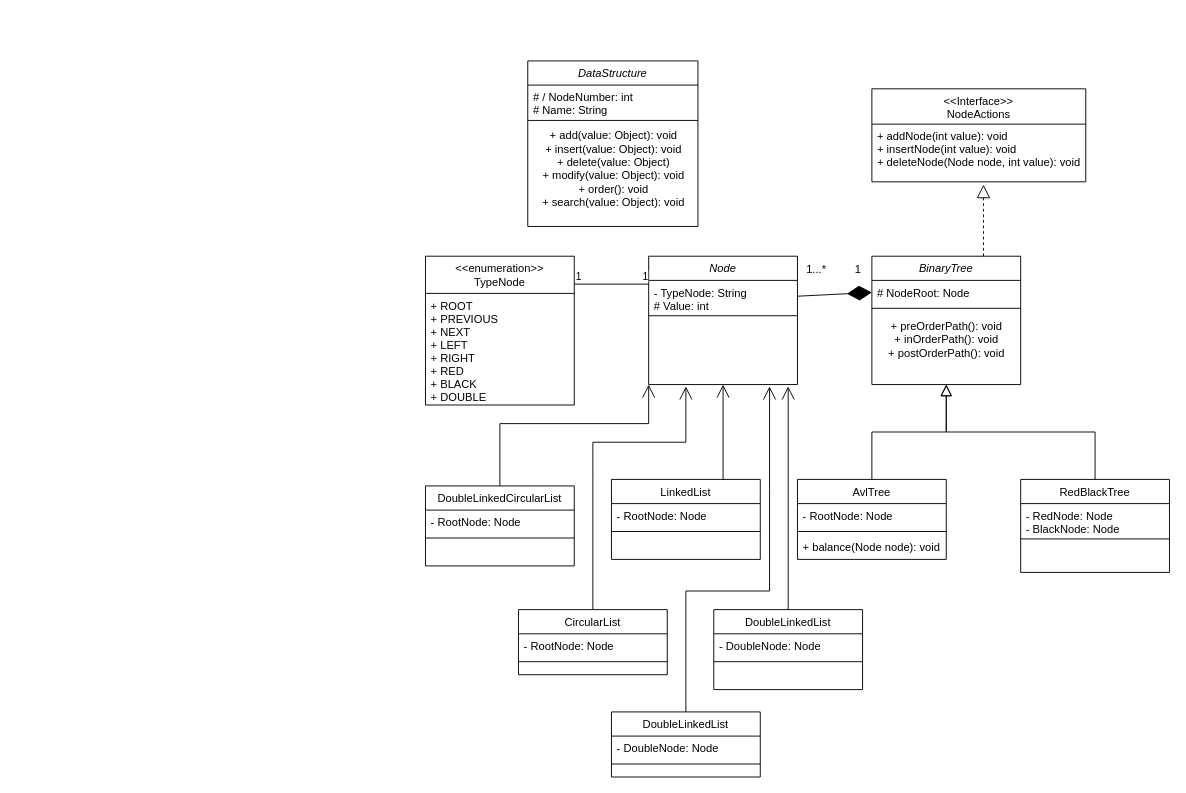
The draw.io diagram BinaryTreeUMLDiagram.drawio in GabrielCevallos/DataBase, before the edit. Source tidied: cells renumbered, new cells numbered last; positions are measured from the earlier drawing's top-left corner, leaving out a move shared by most shapes. Both pictures are drawn from the tidied source at 93%, with x=0, y=0 at pixel (425, 60).
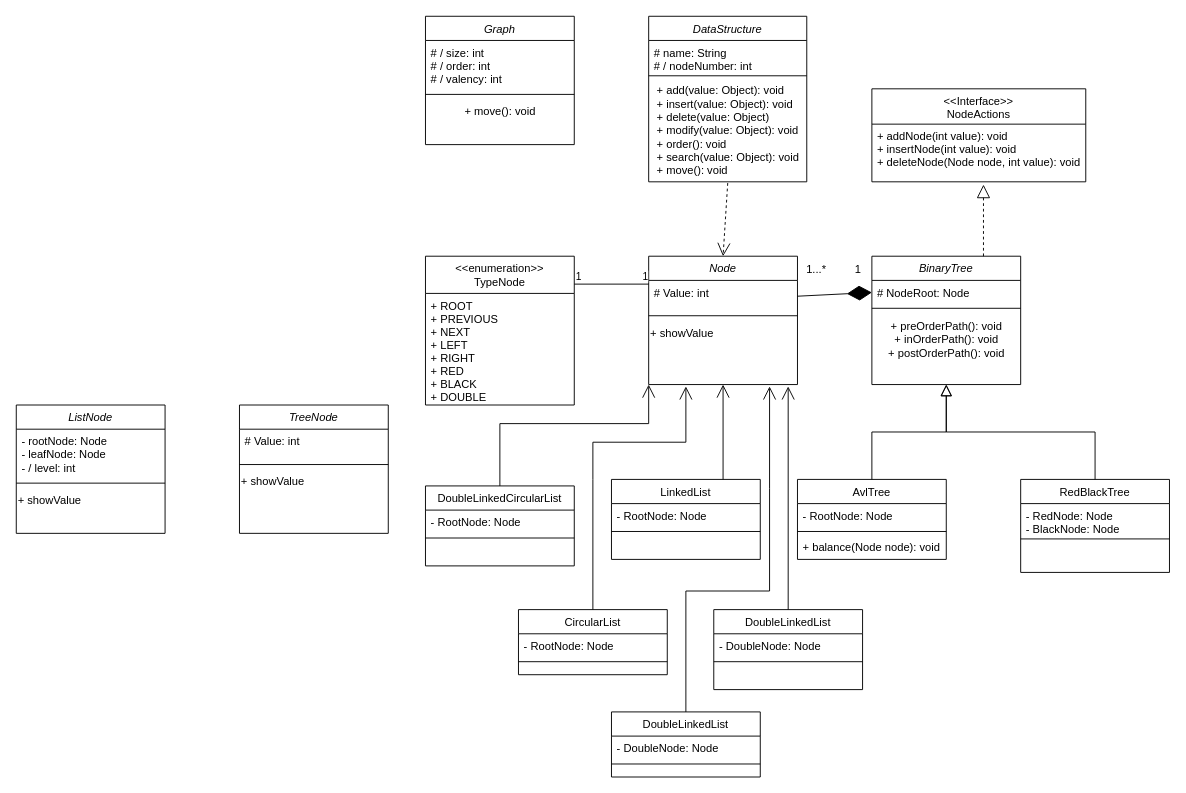
The same diagram, later.

The change refers to these unchanged cells:
```xml
<mxCell id="15" value="Node" style="swimlane;fontStyle=2;align=center;verticalAlign=top;horizontal=1;startSize=26;rounded=0;shadow=0;strokeWidth=1;" parent="1" vertex="1">
  <mxGeometry x="240" y="210" width="160" height="138" as="geometry" />
</mxCell>
```

The edit, as a diff of the source:
```diff
@@
-    <mxCell id="16" value="- TypeNode: String&#10;# Value: int" style="text;align=left;verticalAlign=top;spacingLeft=4;spacingRight=4;overflow=hidden;points=[[0,0.5],[1,0.5]];portConstraint=eastwest;" parent="15" vertex="1">
+    <mxCell id="16" value="# Value: int" style="text;align=left;verticalAlign=top;spacingLeft=4;spacingRight=4;overflow=hidden;points=[[0,0.5],[1,0.5]];portConstraint=eastwest;" parent="15" vertex="1">
       <mxGeometry y="26" width="160" height="34" as="geometry" />
     </mxCell>
@@
+    <mxCell id="53" value="&lt;div style=&quot;text-align: justify;&quot;&gt;&lt;span style=&quot;background-color: initial;&quot;&gt;+ showValue&lt;/span&gt;&lt;/div&gt;" style="text;html=1;align=left;verticalAlign=middle;strokeColor=none;fillColor=none;" parent="15" vertex="1">
+      <mxGeometry y="68" width="160" height="30" as="geometry" />
+    </mxCell>
@@
     <mxCell id="49" value="DataStructure" style="swimlane;fontStyle=2;align=center;verticalAlign=top;horizontal=1;startSize=26;rounded=0;shadow=0;strokeWidth=1;" parent="1" vertex="1">
-      <mxGeometry x="110" width="183" height="178" as="geometry" />
+      <mxGeometry x="240" y="-48" width="170" height="178" as="geometry" />
     </mxCell>
-    <mxCell id="50" value="# / NodeNumber: int&#10;# Name: String" style="text;align=left;verticalAlign=top;spacingLeft=4;spacingRight=4;overflow=hidden;" parent="49" vertex="1">
-      <mxGeometry y="26" width="183" height="34" as="geometry" />
+    <mxCell id="50" value="# name: String&#10;# / nodeNumber: int&#10;" style="text;align=left;verticalAlign=top;spacingLeft=4;spacingRight=4;overflow=hidden;" parent="49" vertex="1">
+      <mxGeometry y="26" width="170" height="34" as="geometry" />
     </mxCell>
     <mxCell id="51" style="line;html=1;strokeWidth=1;align=left;verticalAlign=middle;spacingTop=-1;spacingLeft=3;spacingRight=3;labelPosition=right;" parent="49" vertex="1">
-      <mxGeometry y="60" width="183" height="8" as="geometry" />
+      <mxGeometry y="60" width="170" height="8" as="geometry" />
     </mxCell>
-    <mxCell id="52" value="+ add(value: Object): void&lt;div&gt;+ insert(&lt;span style=&quot;background-color: initial;&quot;&gt;value: Object&lt;/span&gt;&lt;span style=&quot;background-color: initial;&quot;&gt;): void&lt;/span&gt;&lt;/div&gt;&lt;div&gt;+ delete(value: Object)&lt;/div&gt;&lt;div&gt;+ modify(value: Object): void&lt;/div&gt;&lt;div&gt;+ order(): void&lt;/div&gt;&lt;div&gt;+ search(value: Object): void&lt;/div&gt;&lt;div&gt;&lt;br&gt;&lt;/div&gt;" style="text;html=1;align=center;verticalAlign=middle;points=[];strokeColor=none;fillColor=none;" parent="49" vertex="1">
-      <mxGeometry y="68" width="183" height="110" as="geometry" />
+    <mxCell id="52" value="&lt;div style=&quot;text-align: justify;&quot;&gt;&lt;span style=&quot;background-color: initial;&quot;&gt;+ add(value: Object): void&lt;/span&gt;&lt;/div&gt;&lt;div style=&quot;text-align: justify;&quot;&gt;+ insert(&lt;span style=&quot;background-color: initial;&quot;&gt;value: Object&lt;/span&gt;&lt;span style=&quot;background-color: initial;&quot;&gt;): void&lt;/span&gt;&lt;/div&gt;&lt;div style=&quot;text-align: justify;&quot;&gt;+ delete(value: Object)&lt;/div&gt;&lt;div style=&quot;text-align: justify;&quot;&gt;+ modify(value: Object): void&lt;/div&gt;&lt;div style=&quot;text-align: justify;&quot;&gt;+ order(): void&lt;/div&gt;&lt;div style=&quot;text-align: justify;&quot;&gt;+ search(value: Object): void&lt;/div&gt;&lt;div style=&quot;text-align: justify;&quot;&gt;+ move(): void&lt;/div&gt;" style="text;html=1;align=center;verticalAlign=middle;points=[];strokeColor=none;fillColor=none;" parent="49" vertex="1">
+      <mxGeometry y="68" width="170" height="110" as="geometry" />
     </mxCell>
+    <mxCell id="54" style="endArrow=open;endSize=12;dashed=1;html=1;rounded=0;entryX=0.5;entryY=0;entryDx=0;entryDy=0;exitX=0.5;exitY=1.012;exitDx=0;exitDy=0;exitPerimeter=0;" parent="1" edge="1" source="52" target="15">
+      <mxGeometry relative="1" as="geometry" />
+    </mxCell>
+    <mxCell id="55" value="Graph" style="swimlane;fontStyle=2;align=center;verticalAlign=top;horizontal=1;startSize=26;rounded=0;shadow=0;strokeWidth=1;" parent="1" vertex="1">
+      <mxGeometry y="-48" width="160" height="138" as="geometry" />
+    </mxCell>
+    <mxCell id="56" value="# / size: int&#10;# / order: int&#10;# / valency: int&#10;" style="text;align=left;verticalAlign=top;spacingLeft=4;spacingRight=4;overflow=hidden;" parent="55" vertex="1">
+      <mxGeometry y="26" width="160" height="54" as="geometry" />
+    </mxCell>
+    <mxCell id="57" style="line;html=1;strokeWidth=1;align=left;verticalAlign=middle;spacingTop=-1;spacingLeft=3;spacingRight=3;labelPosition=right;" parent="55" vertex="1">
+      <mxGeometry y="80" width="160" height="8" as="geometry" />
+    </mxCell>
+    <mxCell id="58" value="+ move(): void" style="text;html=1;align=center;verticalAlign=middle;strokeColor=none;fillColor=none;" parent="55" vertex="1">
+      <mxGeometry y="88" width="160" height="30" as="geometry" />
+    </mxCell>
+    <mxCell id="59" value="TreeNode" style="swimlane;fontStyle=2;align=center;verticalAlign=top;horizontal=1;startSize=26;rounded=0;shadow=0;strokeWidth=1;" parent="1" vertex="1">
+      <mxGeometry x="-200" y="370" width="160" height="138" as="geometry" />
+    </mxCell>
+    <mxCell id="60" value="# Value: int" style="text;align=left;verticalAlign=top;spacingLeft=4;spacingRight=4;overflow=hidden;" parent="59" vertex="1">
+      <mxGeometry y="26" width="160" height="34" as="geometry" />
+    </mxCell>
+    <mxCell id="61" style="line;html=1;strokeWidth=1;align=left;verticalAlign=middle;spacingTop=-1;spacingLeft=3;spacingRight=3;labelPosition=right;" parent="59" vertex="1">
+      <mxGeometry y="60" width="160" height="8" as="geometry" />
+    </mxCell>
+    <mxCell id="62" value="&lt;div style=&quot;text-align: justify;&quot;&gt;&lt;span style=&quot;background-color: initial;&quot;&gt;+ showValue&lt;/span&gt;&lt;/div&gt;" style="text;html=1;align=left;verticalAlign=middle;strokeColor=none;fillColor=none;" parent="59" vertex="1">
+      <mxGeometry y="68" width="160" height="30" as="geometry" />
+    </mxCell>
+    <mxCell id="63" value="ListNode" style="swimlane;fontStyle=2;align=center;verticalAlign=top;horizontal=1;startSize=26;rounded=0;shadow=0;strokeWidth=1;" parent="1" vertex="1">
+      <mxGeometry x="-440" y="370" width="160" height="138" as="geometry" />
+    </mxCell>
+    <mxCell id="64" value="- rootNode: Node&#10;- leafNode: Node&#10;- / level: int" style="text;align=left;verticalAlign=top;spacingLeft=4;spacingRight=4;overflow=hidden;" parent="63" vertex="1">
+      <mxGeometry y="26" width="160" height="54" as="geometry" />
+    </mxCell>
+    <mxCell id="65" style="line;html=1;strokeWidth=1;align=left;verticalAlign=middle;spacingTop=-1;spacingLeft=3;spacingRight=3;labelPosition=right;" parent="63" vertex="1">
+      <mxGeometry y="80" width="160" height="8" as="geometry" />
+    </mxCell>
+    <mxCell id="66" value="&lt;div style=&quot;text-align: justify;&quot;&gt;&lt;span style=&quot;background-color: initial;&quot;&gt;+ showValue&lt;/span&gt;&lt;/div&gt;" style="text;html=1;align=left;verticalAlign=middle;strokeColor=none;fillColor=none;" parent="63" vertex="1">
+      <mxGeometry y="88" width="160" height="30" as="geometry" />
+    </mxCell>
```
